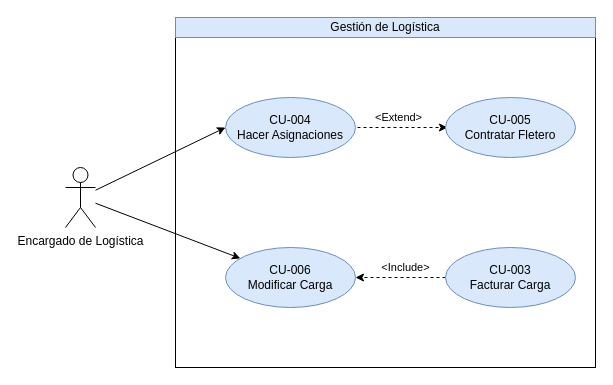
The draw.io diagram page "Gestión Logística" (2 of 2) of [MDS]/(FINAL)/DrawIO/Diagrama Casos de Uso (Gestiones 1 y 2).drawio in zherar7ordoya/AP6, before the edit. Source tidied: cells renumbered, new cells numbered last; positions are measured from the earlier drawing's top-left corner, leaving out a move shared by most shapes. Both pictures are drawn from the tidied source at 100%, with x=0, y=0 at pixel (65, 17).
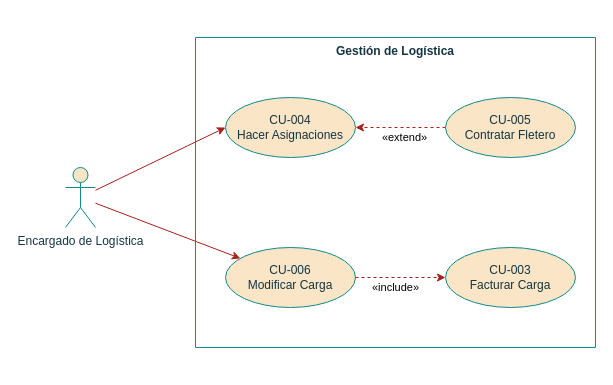
Above is the later version.

Change to the diagram source:
```diff
@@
 <mxGraphModel>
   <root>
     <mxCell id="0" />
     <mxCell id="1" parent="0" />
-    <mxCell id="2" style="rounded=0;jettySize=auto;html=1;entryX=0;entryY=0.5;entryDx=0;entryDy=0;" parent="1" edge="1" source="9" target="6">
+    <mxCell id="2" style="rounded=0;jettySize=auto;html=1;entryX=0;entryY=0.5;entryDx=0;entryDy=0;labelBackgroundColor=none;strokeColor=#A8201A;fontColor=default;" parent="1" edge="1" source="9" target="6">
       <mxGeometry relative="1" as="geometry" />
     </mxCell>
-    <mxCell id="3" style="rounded=0;whiteSpace=wrap;html=1;fillColor=none;" parent="1" vertex="1">
-      <mxGeometry x="110" width="420" height="350" as="geometry" />
-    </mxCell>
-    <mxCell id="4" value="Gestión de Logística" style="rounded=0;whiteSpace=wrap;html=1;fillColor=#dae8fc;strokeColor=#6c8ebf;" parent="1" vertex="1">
-      <mxGeometry x="110" width="420" height="20" as="geometry" />
-    </mxCell>
-    <mxCell id="5" value="&amp;lt;Extend&amp;gt;" style="edgeStyle=orthogonalEdgeStyle;rounded=0;orthogonalLoop=1;jettySize=auto;html=1;entryX=0;entryY=0.5;entryDx=0;entryDy=0;dashed=1;" parent="1" edge="1">
-      <mxGeometry x="-0.09" y="10" relative="1" as="geometry">
-        <mxPoint x="292" y="110" as="sourcePoint" />
-        <mxPoint x="382" y="110" as="targetPoint" />
-        <Array as="points">
-          <mxPoint x="332" y="110" />
-          <mxPoint x="332" y="110" />
-        </Array>
-      </mxGeometry>
+    <mxCell id="5" value="«extend»" style="edgeStyle=orthogonalEdgeStyle;rounded=0;jettySize=auto;html=1;entryX=1;entryY=0.5;entryDx=0;entryDy=0;dashed=1;labelBackgroundColor=none;strokeColor=#A8201A;fontColor=default;" parent="1" edge="1" source="7" target="6">
+      <mxGeometry x="-0.09" y="10" relative="1" as="geometry" />
     </mxCell>
-    <mxCell id="6" value="CU-004&lt;br&gt;Hacer Asignaciones" style="ellipse;whiteSpace=wrap;html=1;fillColor=#dae8fc;strokeColor=#6c8ebf;" parent="1" vertex="1">
+    <mxCell id="6" value="CU-004&lt;br&gt;Hacer Asignaciones" style="ellipse;whiteSpace=wrap;html=1;fillColor=#FAE5C7;strokeColor=#0F8B8D;labelBackgroundColor=none;fontColor=#143642;" parent="1" vertex="1">
       <mxGeometry x="160" y="80" width="130" height="60" as="geometry" />
     </mxCell>
-    <mxCell id="7" value="CU-005&lt;br&gt;Contratar Fletero" style="ellipse;whiteSpace=wrap;html=1;fillColor=#dae8fc;strokeColor=#6c8ebf;" parent="1" vertex="1">
+    <mxCell id="7" value="CU-005&lt;br&gt;Contratar Fletero" style="ellipse;whiteSpace=wrap;html=1;fillColor=#FAE5C7;strokeColor=#0F8B8D;labelBackgroundColor=none;fontColor=#143642;" parent="1" vertex="1">
       <mxGeometry x="380" y="80" width="130" height="60" as="geometry" />
     </mxCell>
-    <mxCell id="8" style="rounded=0;jettySize=auto;html=1;" parent="1" edge="1" source="9" target="10">
+    <mxCell id="8" style="rounded=0;jettySize=auto;html=1;labelBackgroundColor=none;strokeColor=#A8201A;fontColor=default;" parent="1" edge="1" source="9" target="10">
       <mxGeometry relative="1" as="geometry" />
     </mxCell>
-    <mxCell id="9" value="Encargado de Logística" style="shape=umlActor;verticalLabelPosition=bottom;verticalAlign=top;html=1;outlineConnect=0;" parent="1" vertex="1">
+    <mxCell id="9" value="Encargado de Logística" style="shape=umlActor;verticalLabelPosition=bottom;verticalAlign=top;html=1;outlineConnect=0;labelBackgroundColor=none;fillColor=#FAE5C7;strokeColor=#0F8B8D;fontColor=#143642;" parent="1" vertex="1">
       <mxGeometry y="150" width="30" height="60" as="geometry" />
     </mxCell>
-    <mxCell id="10" value="CU-006&lt;br&gt;Modificar Carga" style="ellipse;whiteSpace=wrap;html=1;fillColor=#dae8fc;strokeColor=#6c8ebf;" parent="1" vertex="1">
+    <mxCell id="10" value="CU-006&lt;br&gt;Modificar Carga" style="ellipse;whiteSpace=wrap;html=1;fillColor=#FAE5C7;strokeColor=#0F8B8D;labelBackgroundColor=none;fontColor=#143642;" parent="1" vertex="1">
       <mxGeometry x="160" y="230" width="130" height="60" as="geometry" />
     </mxCell>
-    <mxCell id="11" value="&amp;lt;Include&amp;gt;" style="edgeStyle=orthogonalEdgeStyle;rounded=0;jettySize=auto;html=1;exitX=0;exitY=0.5;exitDx=0;exitDy=0;entryX=1;entryY=0.5;entryDx=0;entryDy=0;dashed=1;" parent="1" edge="1" source="12" target="10">
+    <mxCell id="11" value="«include»" style="edgeStyle=orthogonalEdgeStyle;rounded=0;jettySize=auto;html=1;exitX=1;exitY=0.5;exitDx=0;exitDy=0;dashed=1;labelBackgroundColor=none;strokeColor=#A8201A;fontColor=default;" parent="1" edge="1" source="10" target="12">
       <mxGeometry x="-0.11" y="-10" relative="1" as="geometry" />
     </mxCell>
-    <mxCell id="12" value="CU-003&lt;br&gt;Facturar Carga" style="ellipse;whiteSpace=wrap;html=1;fillColor=#dae8fc;strokeColor=#6c8ebf;" parent="1" vertex="1">
+    <mxCell id="12" value="CU-003&lt;br&gt;Facturar Carga" style="ellipse;whiteSpace=wrap;html=1;fillColor=#FAE5C7;strokeColor=#0F8B8D;labelBackgroundColor=none;fontColor=#143642;" parent="1" vertex="1">
       <mxGeometry x="380" y="230" width="130" height="60" as="geometry" />
     </mxCell>
+    <mxCell id="4" value="Gestión de Logística" style="swimlane;startSize=0;verticalAlign=top;labelBackgroundColor=none;fillColor=#FAE5C7;strokeColor=#0F8B8D;fontColor=#143642;" parent="1" vertex="1">
+      <mxGeometry x="130" y="20" width="400" height="310" as="geometry" />
+    </mxCell>
   </root>
 </mxGraphModel>
```
